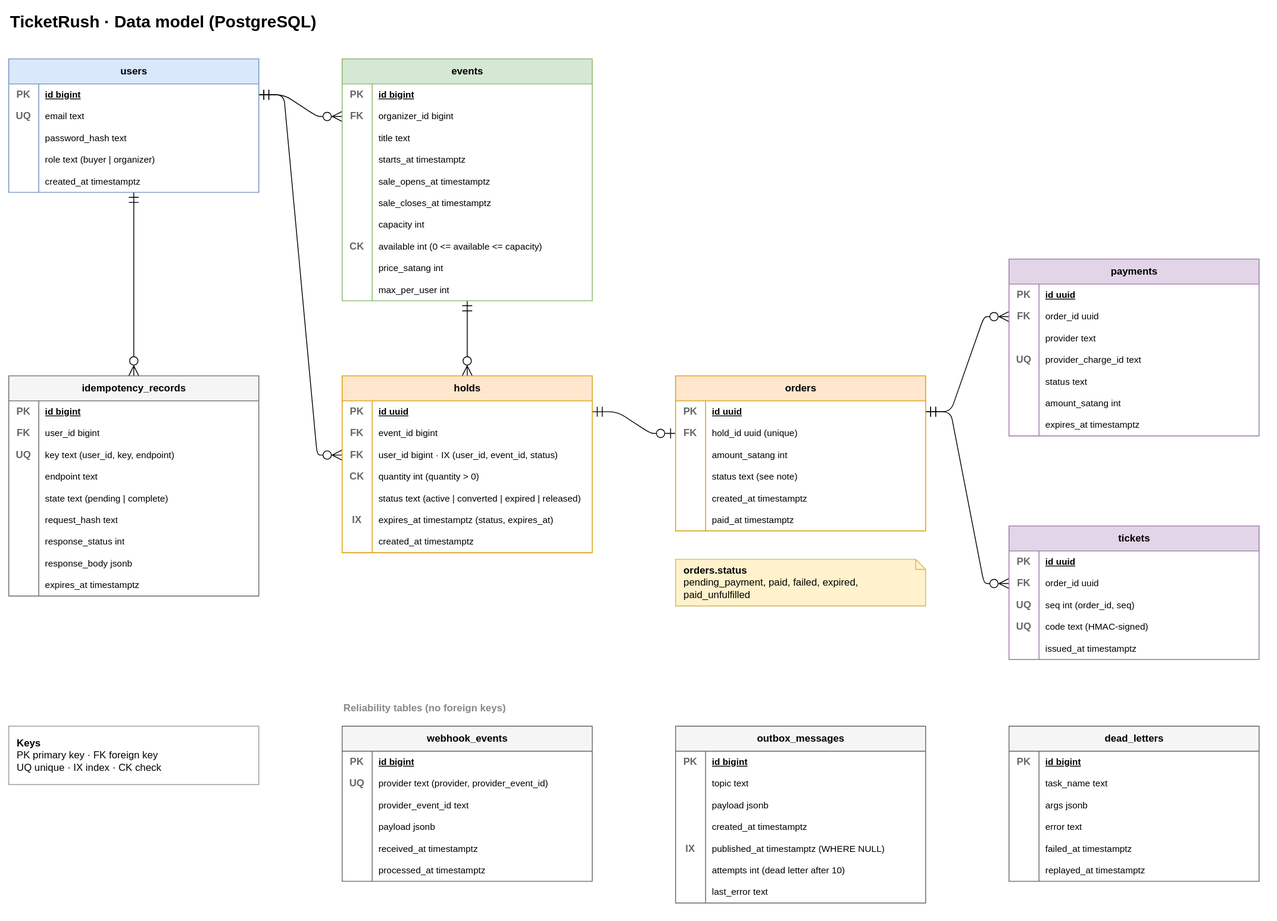
Earlier version of the draw.io export docs/diagrams/data-model.drawio.svg (NaphatJM/ticketrush). Source tidied: cells renumbered, new cells last; positions are measured from the earlier drawing's top-left corner, leaving out a move shared by most shapes.
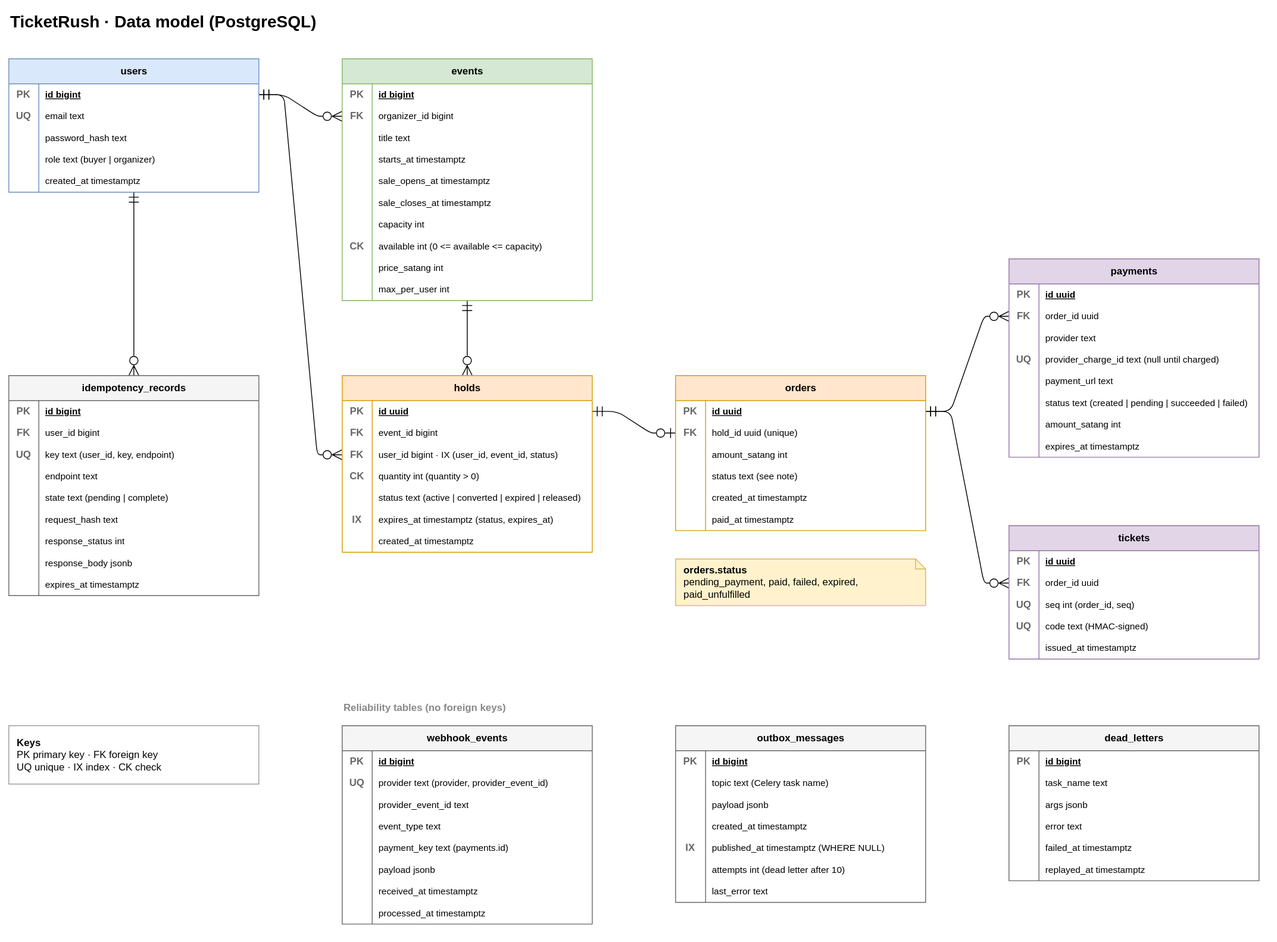
Later version of the same file.

The edit, as a diff of the source:
```diff
@@ -373,7 +373,7 @@
       <mxGeometry x="36" width="264" height="26" as="geometry" />
     </mxCell>
     <mxCell id="126" value="payments" style="shape=table;startSize=30;rowLines=0;fontStyle=1;align=center;html=1;fillColor=#e1d5e7;strokeColor=#9673a6;swimlaneFillColor=#ffffff;" parent="9" vertex="1">
-      <mxGeometry x="1200" y="300" width="300" height="212" as="geometry" />
+      <mxGeometry x="1200" y="300" width="300" height="238" as="geometry" />
     </mxCell>
     <mxCell id="127" style="shape=tableRow;horizontal=0;startSize=0;swimlaneHead=0;swimlaneBody=0;fillColor=none;top=0;left=0;right=0;bottom=0;html=1;" parent="126" vertex="1">
       <mxGeometry y="30" width="300" height="26" as="geometry" />
@@ -408,7 +408,7 @@
     <mxCell id="137" value="UQ" style="shape=partialRectangle;fillColor=none;top=0;left=0;bottom=0;right=0;fontStyle=1;overflow=hidden;html=1;fontColor=#666666;" parent="136" vertex="1">
       <mxGeometry width="36" height="26" as="geometry" />
     </mxCell>
-    <mxCell id="138" value="provider_charge_id text" style="shape=partialRectangle;fillColor=none;top=0;left=0;bottom=0;right=0;align=left;spacingLeft=6;overflow=hidden;html=1;fontSize=11;" parent="136" vertex="1">
+    <mxCell id="138" value="provider_charge_id text  (null until charged)" style="shape=partialRectangle;fillColor=none;top=0;left=0;bottom=0;right=0;align=left;spacingLeft=6;overflow=hidden;html=1;fontSize=11;" parent="136" vertex="1">
       <mxGeometry x="36" width="264" height="26" as="geometry" />
     </mxCell>
     <mxCell id="139" style="shape=tableRow;horizontal=0;startSize=0;swimlaneHead=0;swimlaneBody=0;fillColor=none;top=0;left=0;right=0;bottom=0;html=1;" parent="126" vertex="1">
@@ -417,7 +417,7 @@
     <mxCell id="140" style="shape=partialRectangle;fillColor=none;top=0;left=0;bottom=0;right=0;fontStyle=1;overflow=hidden;html=1;fontColor=#666666;" parent="139" vertex="1">
       <mxGeometry width="36" height="26" as="geometry" />
     </mxCell>
-    <mxCell id="141" value="status text" style="shape=partialRectangle;fillColor=none;top=0;left=0;bottom=0;right=0;align=left;spacingLeft=6;overflow=hidden;html=1;fontSize=11;" parent="139" vertex="1">
+    <mxCell id="141" value="payment_url text" style="shape=partialRectangle;fillColor=none;top=0;left=0;bottom=0;right=0;align=left;spacingLeft=6;overflow=hidden;html=1;fontSize=11;" parent="139" vertex="1">
       <mxGeometry x="36" width="264" height="26" as="geometry" />
     </mxCell>
     <mxCell id="142" style="shape=tableRow;horizontal=0;startSize=0;swimlaneHead=0;swimlaneBody=0;fillColor=none;top=0;left=0;right=0;bottom=0;html=1;" parent="126" vertex="1">
@@ -426,7 +426,7 @@
     <mxCell id="143" style="shape=partialRectangle;fillColor=none;top=0;left=0;bottom=0;right=0;fontStyle=1;overflow=hidden;html=1;fontColor=#666666;" parent="142" vertex="1">
       <mxGeometry width="36" height="26" as="geometry" />
     </mxCell>
-    <mxCell id="144" value="amount_satang int" style="shape=partialRectangle;fillColor=none;top=0;left=0;bottom=0;right=0;align=left;spacingLeft=6;overflow=hidden;html=1;fontSize=11;" parent="142" vertex="1">
+    <mxCell id="144" value="status text (created | pending | succeeded | failed)" style="shape=partialRectangle;fillColor=none;top=0;left=0;bottom=0;right=0;align=left;spacingLeft=6;overflow=hidden;html=1;fontSize=11;" parent="142" vertex="1">
       <mxGeometry x="36" width="264" height="26" as="geometry" />
     </mxCell>
     <mxCell id="145" style="shape=tableRow;horizontal=0;startSize=0;swimlaneHead=0;swimlaneBody=0;fillColor=none;top=0;left=0;right=0;bottom=0;html=1;" parent="126" vertex="1">
@@ -435,9 +435,18 @@
     <mxCell id="146" style="shape=partialRectangle;fillColor=none;top=0;left=0;bottom=0;right=0;fontStyle=1;overflow=hidden;html=1;fontColor=#666666;" parent="145" vertex="1">
       <mxGeometry width="36" height="26" as="geometry" />
     </mxCell>
-    <mxCell id="147" value="expires_at timestamptz" style="shape=partialRectangle;fillColor=none;top=0;left=0;bottom=0;right=0;align=left;spacingLeft=6;overflow=hidden;html=1;fontSize=11;" parent="145" vertex="1">
+    <mxCell id="147" value="amount_satang int" style="shape=partialRectangle;fillColor=none;top=0;left=0;bottom=0;right=0;align=left;spacingLeft=6;overflow=hidden;html=1;fontSize=11;" parent="145" vertex="1">
       <mxGeometry x="36" width="264" height="26" as="geometry" />
     </mxCell>
+    <mxCell id="228" style="shape=tableRow;horizontal=0;startSize=0;swimlaneHead=0;swimlaneBody=0;fillColor=none;top=0;left=0;right=0;bottom=0;html=1;" parent="126" vertex="1">
+      <mxGeometry y="212" width="300" height="26" as="geometry" />
+    </mxCell>
+    <mxCell id="229" style="shape=partialRectangle;fillColor=none;top=0;left=0;bottom=0;right=0;fontStyle=1;overflow=hidden;html=1;fontColor=#666666;" parent="228" vertex="1">
+      <mxGeometry width="36" height="26" as="geometry" />
+    </mxCell>
+    <mxCell id="230" value="expires_at timestamptz" style="shape=partialRectangle;fillColor=none;top=0;left=0;bottom=0;right=0;align=left;spacingLeft=6;overflow=hidden;html=1;fontSize=11;" parent="228" vertex="1">
+      <mxGeometry x="36" width="264" height="26" as="geometry" />
+    </mxCell>
     <mxCell id="148" value="tickets" style="shape=table;startSize=30;rowLines=0;fontStyle=1;align=center;html=1;fillColor=#e1d5e7;strokeColor=#9673a6;swimlaneFillColor=#ffffff;" parent="9" vertex="1">
       <mxGeometry x="1200" y="620" width="300" height="160" as="geometry" />
     </mxCell>
@@ -487,7 +496,7 @@
       <mxGeometry x="36" width="264" height="26" as="geometry" />
     </mxCell>
     <mxCell id="164" value="webhook_events" style="shape=table;startSize=30;rowLines=0;fontStyle=1;align=center;html=1;fillColor=#f5f5f5;strokeColor=#666666;swimlaneFillColor=#ffffff;" parent="9" vertex="1">
-      <mxGeometry x="400" y="860" width="300" height="186" as="geometry" />
+      <mxGeometry x="400" y="860" width="300" height="238" as="geometry" />
     </mxCell>
     <mxCell id="165" style="shape=tableRow;horizontal=0;startSize=0;swimlaneHead=0;swimlaneBody=0;fillColor=none;top=0;left=0;right=0;bottom=0;html=1;" parent="164" vertex="1">
       <mxGeometry y="30" width="300" height="26" as="geometry" />
@@ -522,7 +531,7 @@
     <mxCell id="175" style="shape=partialRectangle;fillColor=none;top=0;left=0;bottom=0;right=0;fontStyle=1;overflow=hidden;html=1;fontColor=#666666;" parent="174" vertex="1">
       <mxGeometry width="36" height="26" as="geometry" />
     </mxCell>
-    <mxCell id="176" value="payload jsonb" style="shape=partialRectangle;fillColor=none;top=0;left=0;bottom=0;right=0;align=left;spacingLeft=6;overflow=hidden;html=1;fontSize=11;" parent="174" vertex="1">
+    <mxCell id="176" value="event_type text" style="shape=partialRectangle;fillColor=none;top=0;left=0;bottom=0;right=0;align=left;spacingLeft=6;overflow=hidden;html=1;fontSize=11;" parent="174" vertex="1">
       <mxGeometry x="36" width="264" height="26" as="geometry" />
     </mxCell>
     <mxCell id="177" style="shape=tableRow;horizontal=0;startSize=0;swimlaneHead=0;swimlaneBody=0;fillColor=none;top=0;left=0;right=0;bottom=0;html=1;" parent="164" vertex="1">
@@ -531,7 +540,7 @@
     <mxCell id="178" style="shape=partialRectangle;fillColor=none;top=0;left=0;bottom=0;right=0;fontStyle=1;overflow=hidden;html=1;fontColor=#666666;" parent="177" vertex="1">
       <mxGeometry width="36" height="26" as="geometry" />
     </mxCell>
-    <mxCell id="179" value="received_at timestamptz" style="shape=partialRectangle;fillColor=none;top=0;left=0;bottom=0;right=0;align=left;spacingLeft=6;overflow=hidden;html=1;fontSize=11;" parent="177" vertex="1">
+    <mxCell id="179" value="payment_key text  (payments.id)" style="shape=partialRectangle;fillColor=none;top=0;left=0;bottom=0;right=0;align=left;spacingLeft=6;overflow=hidden;html=1;fontSize=11;" parent="177" vertex="1">
       <mxGeometry x="36" width="264" height="26" as="geometry" />
     </mxCell>
     <mxCell id="180" style="shape=tableRow;horizontal=0;startSize=0;swimlaneHead=0;swimlaneBody=0;fillColor=none;top=0;left=0;right=0;bottom=0;html=1;" parent="164" vertex="1">
@@ -540,9 +549,27 @@
     <mxCell id="181" style="shape=partialRectangle;fillColor=none;top=0;left=0;bottom=0;right=0;fontStyle=1;overflow=hidden;html=1;fontColor=#666666;" parent="180" vertex="1">
       <mxGeometry width="36" height="26" as="geometry" />
     </mxCell>
-    <mxCell id="182" value="processed_at timestamptz" style="shape=partialRectangle;fillColor=none;top=0;left=0;bottom=0;right=0;align=left;spacingLeft=6;overflow=hidden;html=1;fontSize=11;" parent="180" vertex="1">
+    <mxCell id="182" value="payload jsonb" style="shape=partialRectangle;fillColor=none;top=0;left=0;bottom=0;right=0;align=left;spacingLeft=6;overflow=hidden;html=1;fontSize=11;" parent="180" vertex="1">
       <mxGeometry x="36" width="264" height="26" as="geometry" />
     </mxCell>
+    <mxCell id="231" style="shape=tableRow;horizontal=0;startSize=0;swimlaneHead=0;swimlaneBody=0;fillColor=none;top=0;left=0;right=0;bottom=0;html=1;" parent="164" vertex="1">
+      <mxGeometry y="186" width="300" height="26" as="geometry" />
+    </mxCell>
+    <mxCell id="232" style="shape=partialRectangle;fillColor=none;top=0;left=0;bottom=0;right=0;fontStyle=1;overflow=hidden;html=1;fontColor=#666666;" parent="231" vertex="1">
+      <mxGeometry width="36" height="26" as="geometry" />
+    </mxCell>
+    <mxCell id="233" value="received_at timestamptz" style="shape=partialRectangle;fillColor=none;top=0;left=0;bottom=0;right=0;align=left;spacingLeft=6;overflow=hidden;html=1;fontSize=11;" parent="231" vertex="1">
+      <mxGeometry x="36" width="264" height="26" as="geometry" />
+    </mxCell>
+    <mxCell id="234" style="shape=tableRow;horizontal=0;startSize=0;swimlaneHead=0;swimlaneBody=0;fillColor=none;top=0;left=0;right=0;bottom=0;html=1;" parent="164" vertex="1">
+      <mxGeometry y="212" width="300" height="26" as="geometry" />
+    </mxCell>
+    <mxCell id="235" style="shape=partialRectangle;fillColor=none;top=0;left=0;bottom=0;right=0;fontStyle=1;overflow=hidden;html=1;fontColor=#666666;" parent="234" vertex="1">
+      <mxGeometry width="36" height="26" as="geometry" />
+    </mxCell>
+    <mxCell id="236" value="processed_at timestamptz" style="shape=partialRectangle;fillColor=none;top=0;left=0;bottom=0;right=0;align=left;spacingLeft=6;overflow=hidden;html=1;fontSize=11;" parent="234" vertex="1">
+      <mxGeometry x="36" width="264" height="26" as="geometry" />
+    </mxCell>
     <mxCell id="183" value="outbox_messages" style="shape=table;startSize=30;rowLines=0;fontStyle=1;align=center;html=1;fillColor=#f5f5f5;strokeColor=#666666;swimlaneFillColor=#ffffff;" parent="9" vertex="1">
       <mxGeometry x="800" y="860" width="300" height="212" as="geometry" />
     </mxCell>
@@ -561,7 +588,7 @@
     <mxCell id="188" style="shape=partialRectangle;fillColor=none;top=0;left=0;bottom=0;right=0;fontStyle=1;overflow=hidden;html=1;fontColor=#666666;" parent="187" vertex="1">
       <mxGeometry width="36" height="26" as="geometry" />
     </mxCell>
-    <mxCell id="189" value="topic text" style="shape=partialRectangle;fillColor=none;top=0;left=0;bottom=0;right=0;align=left;spacingLeft=6;overflow=hidden;html=1;fontSize=11;" parent="187" vertex="1">
+    <mxCell id="189" value="topic text  (Celery task name)" style="shape=partialRectangle;fillColor=none;top=0;left=0;bottom=0;right=0;align=left;spacingLeft=6;overflow=hidden;html=1;fontSize=11;" parent="187" vertex="1">
       <mxGeometry x="36" width="264" height="26" as="geometry" />
     </mxCell>
     <mxCell id="190" style="shape=tableRow;horizontal=0;startSize=0;swimlaneHead=0;swimlaneBody=0;fillColor=none;top=0;left=0;right=0;bottom=0;html=1;" parent="183" vertex="1">
```
